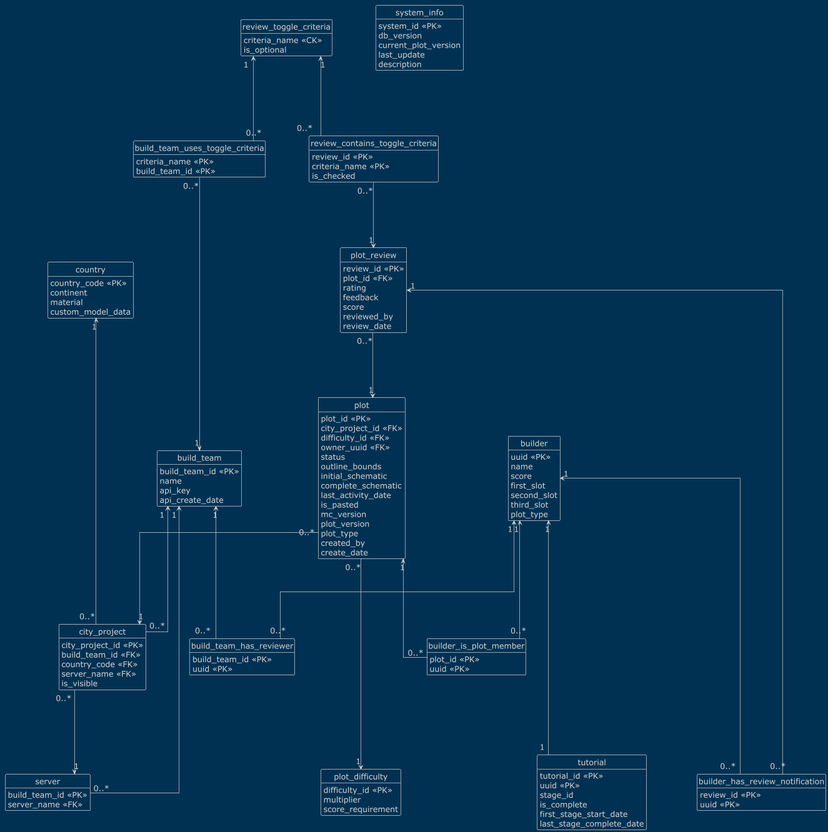
This is logical-db.png from AlpsBTE/Plot-System-DB, a PlantUML export, as it was before one commit.
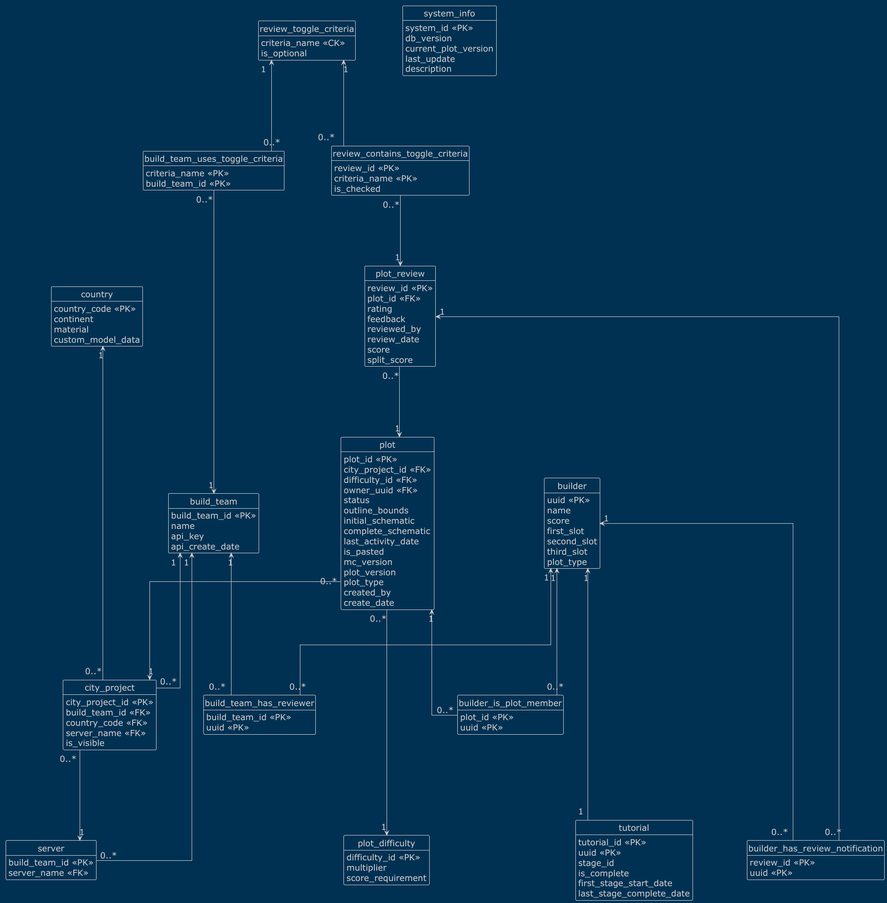
After the commit.

Commit message:
add split_score column to the plot_review table

Change to the diagram source:
```diff
@@ -92,9 +92,10 @@
     plot_id <<FK>>
     rating
     feedback
-    score
     reviewed_by
     review_date
+    score
+    split_score
 }
 
 entity review_toggle_criteria {
```
